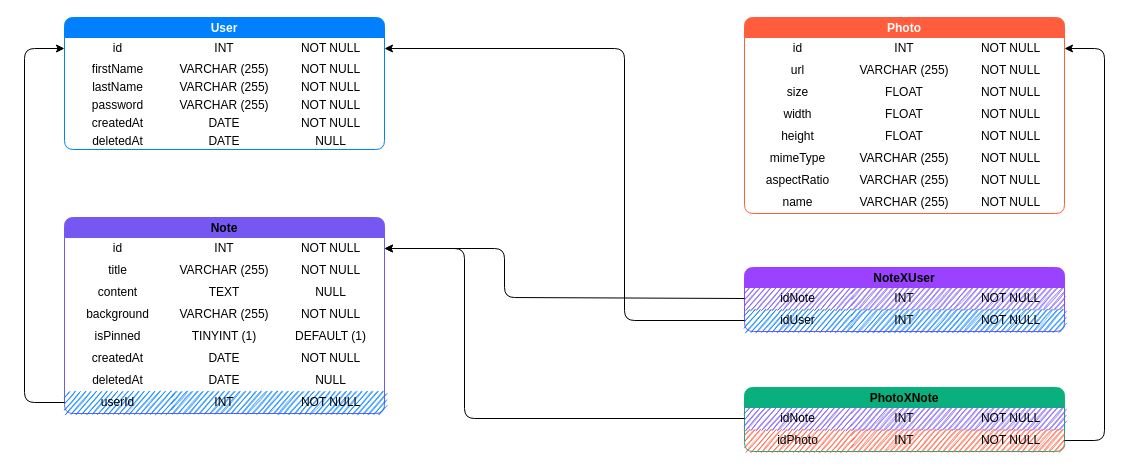
Before: diagrams/database.drawio in rrosas1198/google-keep-clone, a draw.io diagram. Source tidied: cells renumbered, new cells numbered last; positions are measured from the earlier drawing's top-left corner, leaving out a move shared by most shapes. Both pictures are drawn from the tidied source at 100%, with x=0, y=0 at pixel (24, 17).
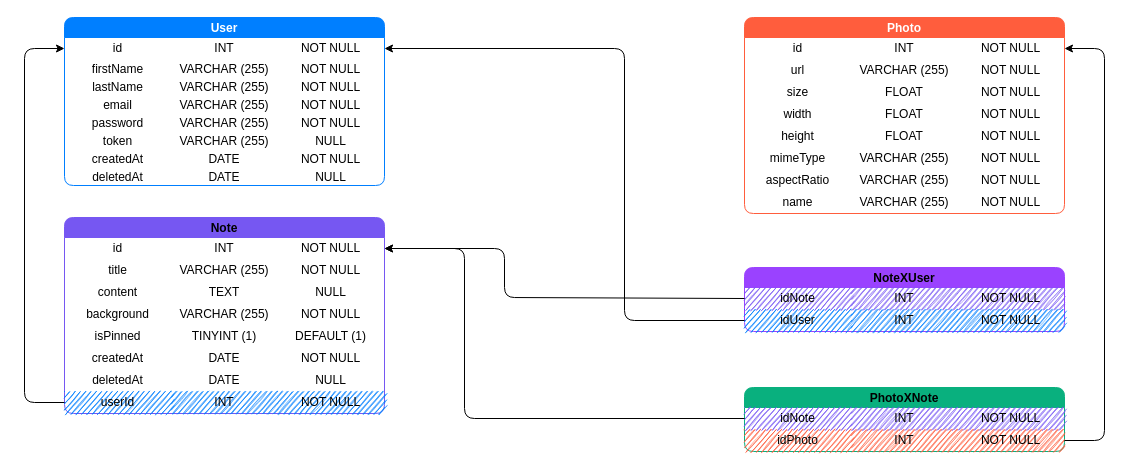
Above is the later version.

The edit, as a diff of the source:
```diff
@@
     <mxCell id="2" value="User" style="shape=table;startSize=20;childLayout=tableLayout;fontStyle=1;align=center;strokeColor=#007FFF;strokeWidth=1;perimeterSpacing=0;swimlaneFillColor=none;fillColor=#007FFF;rounded=1;rowLines=0;columnLines=0;fontColor=#ffffff;sketch=0;" parent="1" vertex="1">
-      <mxGeometry x="40" width="320" height="132" as="geometry" />
+      <mxGeometry x="40" width="320" height="168" as="geometry" />
     </mxCell>
@@
+    <mxCell id="116" style="shape=partialRectangle;html=1;whiteSpace=wrap;fillColor=none;top=0;left=0;bottom=0;right=0;rounded=1;" parent="2" vertex="1">
+      <mxGeometry y="78" width="320" height="18" as="geometry" />
+    </mxCell>
+    <mxCell id="117" value="email" style="shape=partialRectangle;html=1;whiteSpace=wrap;fillColor=none;top=0;left=0;bottom=0;right=0;overflow=hidden;rounded=1;" parent="116" vertex="1">
+      <mxGeometry width="107" height="18" as="geometry" />
+    </mxCell>
+    <mxCell id="118" value="VARCHAR (255)" style="shape=partialRectangle;html=1;whiteSpace=wrap;fillColor=none;top=0;left=0;bottom=0;right=0;overflow=hidden;rounded=1;" parent="116" vertex="1">
+      <mxGeometry x="107" width="106" height="18" as="geometry" />
+    </mxCell>
+    <mxCell id="119" value="NOT NULL" style="shape=partialRectangle;html=1;whiteSpace=wrap;fillColor=none;top=0;left=0;bottom=0;right=0;overflow=hidden;rounded=1;" parent="116" vertex="1">
+      <mxGeometry x="213" width="107" height="18" as="geometry" />
+    </mxCell>
     <mxCell id="15" style="shape=partialRectangle;html=1;whiteSpace=wrap;fillColor=none;top=0;left=0;bottom=0;right=0;rounded=1;" parent="2" vertex="1">
-      <mxGeometry y="78" width="320" height="18" as="geometry" />
+      <mxGeometry y="96" width="320" height="18" as="geometry" />
     </mxCell>
@@
+    <mxCell id="120" style="shape=partialRectangle;html=1;whiteSpace=wrap;fillColor=none;top=0;left=0;bottom=0;right=0;rounded=1;" parent="2" vertex="1">
+      <mxGeometry y="114" width="320" height="18" as="geometry" />
+    </mxCell>
+    <mxCell id="121" value="token" style="shape=partialRectangle;html=1;whiteSpace=wrap;fillColor=none;top=0;left=0;bottom=0;right=0;overflow=hidden;rounded=1;" parent="120" vertex="1">
+      <mxGeometry width="107" height="18" as="geometry" />
+    </mxCell>
+    <mxCell id="122" value="VARCHAR (255)" style="shape=partialRectangle;html=1;whiteSpace=wrap;fillColor=none;top=0;left=0;bottom=0;right=0;overflow=hidden;rounded=1;" parent="120" vertex="1">
+      <mxGeometry x="107" width="106" height="18" as="geometry" />
+    </mxCell>
+    <mxCell id="123" value="NULL" style="shape=partialRectangle;html=1;whiteSpace=wrap;fillColor=none;top=0;left=0;bottom=0;right=0;overflow=hidden;rounded=1;" parent="120" vertex="1">
+      <mxGeometry x="213" width="107" height="18" as="geometry" />
+    </mxCell>
     <mxCell id="19" style="shape=partialRectangle;html=1;whiteSpace=wrap;fillColor=none;top=0;left=0;bottom=0;right=0;rounded=1;" parent="2" vertex="1">
-      <mxGeometry y="96" width="320" height="18" as="geometry" />
+      <mxGeometry y="132" width="320" height="18" as="geometry" />
     </mxCell>
@@
     <mxCell id="23" style="shape=partialRectangle;html=1;whiteSpace=wrap;fillColor=none;top=0;left=0;bottom=0;right=0;rounded=1;" parent="2" vertex="1">
-      <mxGeometry y="114" width="320" height="18" as="geometry" />
+      <mxGeometry y="150" width="320" height="18" as="geometry" />
     </mxCell>
```
